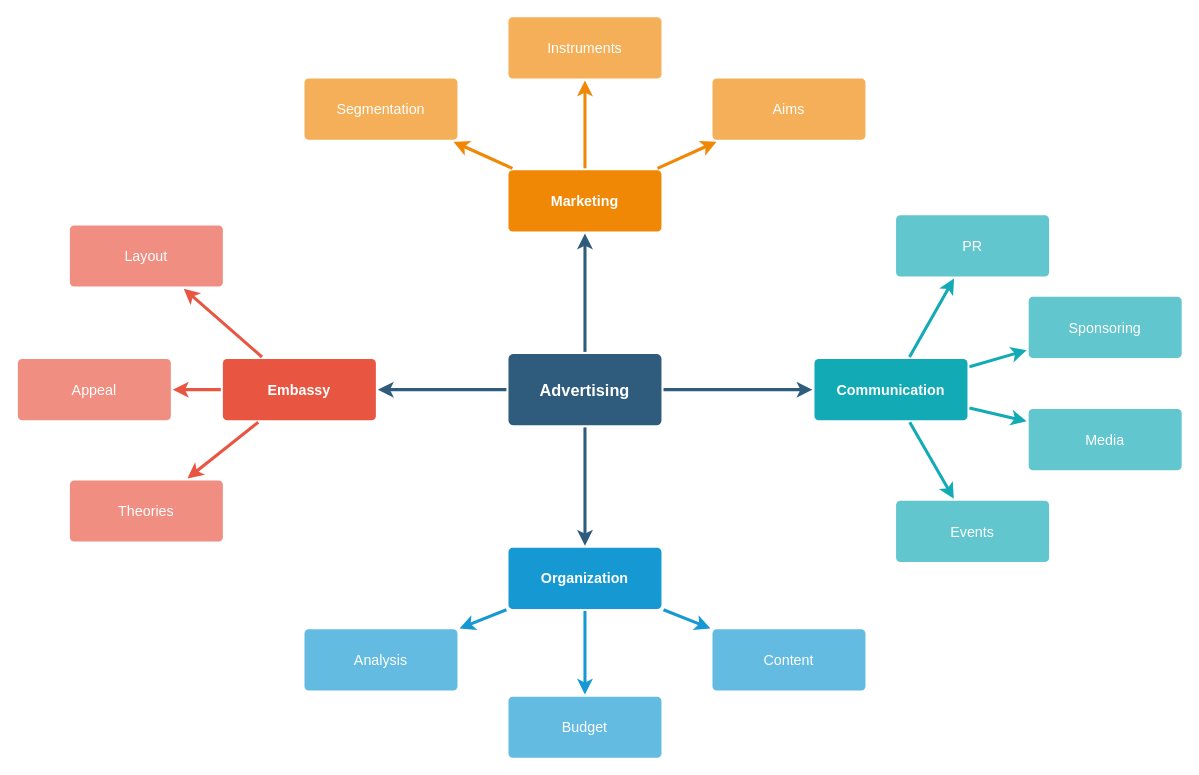
This is bases de datos/Untitled Diagram.drawio from Krono159/bases-de-datos, a draw.io file, before an edit. Source tidied: cells renumbered, new cells numbered last; positions are measured from the earlier drawing's top-left corner, leaving out a move shared by most shapes. Both pictures are drawn from the tidied source at 102%, with x=0, y=0 at pixel (17, 16).
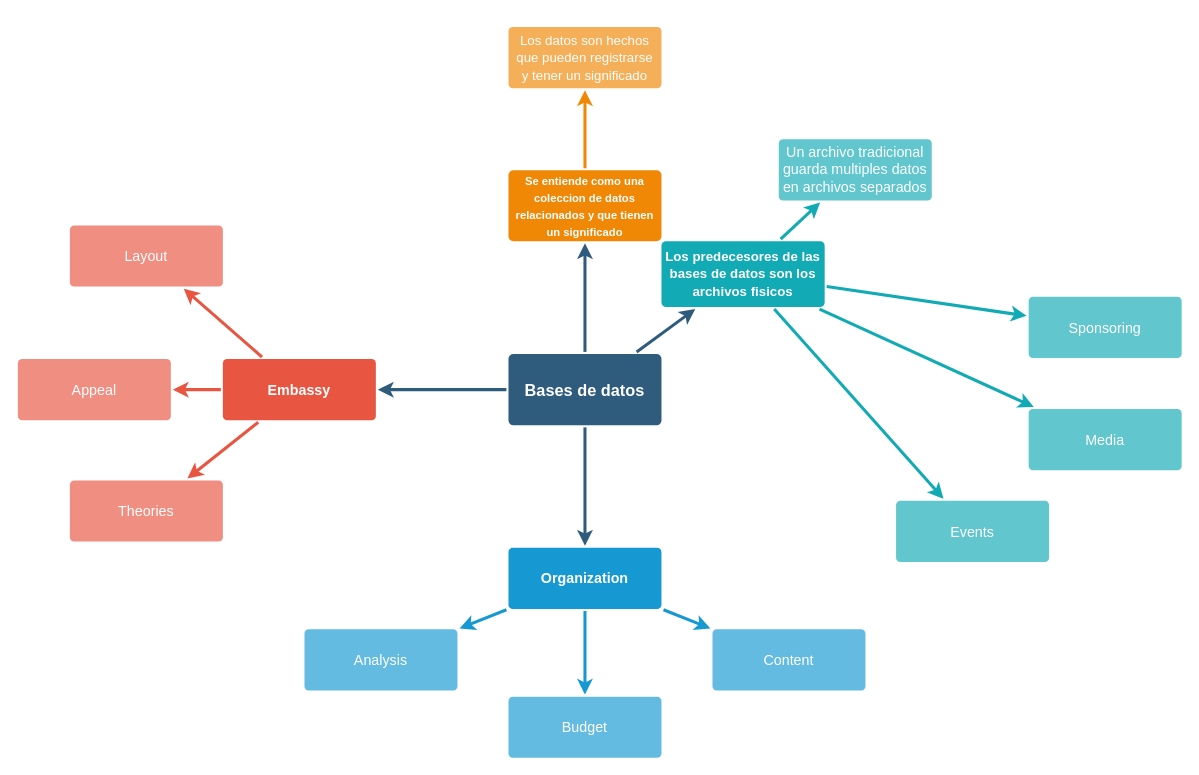
The same page after the edit.

Change to the diagram source:
```diff
@@
-    <mxCell id="6" value="Advertising" style="rounded=1;whiteSpace=wrap;html=1;shadow=0;labelBackgroundColor=none;strokeColor=none;strokeWidth=3;fillColor=#2F5B7C;fontFamily=Helvetica;fontSize=16;fontColor=#FFFFFF;align=center;fontStyle=1;spacing=5;arcSize=7;perimeterSpacing=2;" parent="1" vertex="1">
+    <mxCell id="6" value="Bases de datos" style="rounded=1;whiteSpace=wrap;html=1;shadow=0;labelBackgroundColor=none;strokeColor=none;strokeWidth=3;fillColor=#2F5B7C;fontFamily=Helvetica;fontSize=16;fontColor=#FFFFFF;align=center;fontStyle=1;spacing=5;arcSize=7;perimeterSpacing=2;" parent="1" vertex="1">
       <mxGeometry x="481" y="330.5" width="150" height="70" as="geometry" />
     </mxCell>
@@
-    <mxCell id="21" value="Marketing" style="rounded=1;whiteSpace=wrap;html=1;shadow=0;labelBackgroundColor=none;strokeColor=none;strokeWidth=3;fillColor=#F08705;fontFamily=Helvetica;fontSize=14;fontColor=#FFFFFF;align=center;spacing=5;fontStyle=1;arcSize=7;perimeterSpacing=2;" parent="1" vertex="1">
-      <mxGeometry x="481" y="150.5" width="150" height="60" as="geometry" />
+    <mxCell id="21" value="&lt;font style=&quot;font-size: 11px&quot;&gt;Se entiende como una coleccion de datos relacionados y que tienen un significado&lt;/font&gt;" style="rounded=1;whiteSpace=wrap;html=1;shadow=0;labelBackgroundColor=none;strokeColor=none;strokeWidth=3;fillColor=#F08705;fontFamily=Helvetica;fontSize=14;fontColor=#FFFFFF;align=center;spacing=5;fontStyle=1;arcSize=7;perimeterSpacing=2;" parent="1" vertex="1">
+      <mxGeometry x="481" y="150.5" width="150" height="69.5" as="geometry" />
     </mxCell>
-    <mxCell id="22" value="Aims&lt;br&gt;" style="rounded=1;whiteSpace=wrap;html=1;shadow=0;labelBackgroundColor=none;strokeColor=none;strokeWidth=3;fillColor=#f5af58;fontFamily=Helvetica;fontSize=14;fontColor=#FFFFFF;align=center;spacing=5;arcSize=7;perimeterSpacing=2;" parent="1" vertex="1">
-      <mxGeometry x="681" y="60.5" width="150" height="60" as="geometry" />
+    <mxCell id="22" value="&lt;font style=&quot;font-size: 13px&quot;&gt;Los datos son hechos que pueden registrarse y tener un significado&lt;/font&gt;" style="rounded=1;whiteSpace=wrap;html=1;shadow=0;labelBackgroundColor=none;strokeColor=none;strokeWidth=3;fillColor=#f5af58;fontFamily=Helvetica;fontSize=14;fontColor=#FFFFFF;align=center;spacing=5;arcSize=7;perimeterSpacing=2;" parent="1" vertex="1">
+      <mxGeometry x="481" y="10" width="150" height="60" as="geometry" />
     </mxCell>
@@
-    <mxCell id="24" value="Instruments" style="rounded=1;whiteSpace=wrap;html=1;shadow=0;labelBackgroundColor=none;strokeColor=none;strokeWidth=3;fillColor=#f5af58;fontFamily=Helvetica;fontSize=14;fontColor=#FFFFFF;align=center;spacing=5;arcSize=7;perimeterSpacing=2;" parent="1" vertex="1">
-      <mxGeometry x="481" y="0.5" width="150" height="60" as="geometry" />
-    </mxCell>
-    <mxCell id="25" style="edgeStyle=none;rounded=0;jumpStyle=none;html=1;shadow=0;labelBackgroundColor=none;startArrow=none;startFill=0;endArrow=classic;endFill=1;jettySize=auto;strokeColor=#F08705;strokeWidth=3;fontFamily=Helvetica;fontSize=14;fontColor=#FFFFFF;spacing=5;" parent="1" edge="1" source="21" target="24">
-      <mxGeometry relative="1" as="geometry" />
-    </mxCell>
-    <mxCell id="26" value="Segmentation" style="rounded=1;whiteSpace=wrap;html=1;shadow=0;labelBackgroundColor=none;strokeColor=none;strokeWidth=3;fillColor=#f5af58;fontFamily=Helvetica;fontSize=14;fontColor=#FFFFFF;align=center;spacing=5;arcSize=7;perimeterSpacing=2;" parent="1" vertex="1">
-      <mxGeometry x="281" y="60.5" width="150" height="60" as="geometry" />
-    </mxCell>
-    <mxCell id="27" style="edgeStyle=none;rounded=0;jumpStyle=none;html=1;shadow=0;labelBackgroundColor=none;startArrow=none;startFill=0;endArrow=classic;endFill=1;jettySize=auto;strokeColor=#F08705;strokeWidth=3;fontFamily=Helvetica;fontSize=14;fontColor=#FFFFFF;spacing=5;" parent="1" edge="1" source="21" target="26">
-      <mxGeometry relative="1" as="geometry" />
-    </mxCell>
-    <mxCell id="28" value="Communication" style="rounded=1;whiteSpace=wrap;html=1;shadow=0;labelBackgroundColor=none;strokeColor=none;strokeWidth=3;fillColor=#12aab5;fontFamily=Helvetica;fontSize=14;fontColor=#FFFFFF;align=center;spacing=5;fontStyle=1;arcSize=7;perimeterSpacing=2;" parent="1" vertex="1">
-      <mxGeometry x="781" y="335.5" width="150" height="60" as="geometry" />
+    <mxCell id="28" value="&lt;font style=&quot;font-size: 13px&quot;&gt;Los predecesores de las bases de datos son los archivos fisicos&lt;/font&gt;" style="rounded=1;whiteSpace=wrap;html=1;shadow=0;labelBackgroundColor=none;strokeColor=none;strokeWidth=3;fillColor=#12aab5;fontFamily=Helvetica;fontSize=14;fontColor=#FFFFFF;align=center;spacing=5;fontStyle=1;arcSize=7;perimeterSpacing=2;" parent="1" vertex="1">
+      <mxGeometry x="631" y="220" width="160" height="64.5" as="geometry" />
     </mxCell>
@@
-    <mxCell id="35" value="PR" style="rounded=1;whiteSpace=wrap;html=1;shadow=0;labelBackgroundColor=none;strokeColor=none;strokeWidth=3;fillColor=#61c6ce;fontFamily=Helvetica;fontSize=14;fontColor=#FFFFFF;align=center;spacing=5;fontStyle=0;arcSize=7;perimeterSpacing=2;" parent="1" vertex="1">
-      <mxGeometry x="861" y="194.5" width="150" height="60" as="geometry" />
+    <mxCell id="35" value="Un archivo tradicional guarda multiples datos en archivos separados" style="rounded=1;whiteSpace=wrap;html=1;shadow=0;labelBackgroundColor=none;strokeColor=none;strokeWidth=3;fillColor=#61c6ce;fontFamily=Helvetica;fontSize=14;fontColor=#FFFFFF;align=center;spacing=5;fontStyle=0;arcSize=7;perimeterSpacing=2;" parent="1" vertex="1">
+      <mxGeometry x="746" y="120" width="150" height="60" as="geometry" />
     </mxCell>
```
